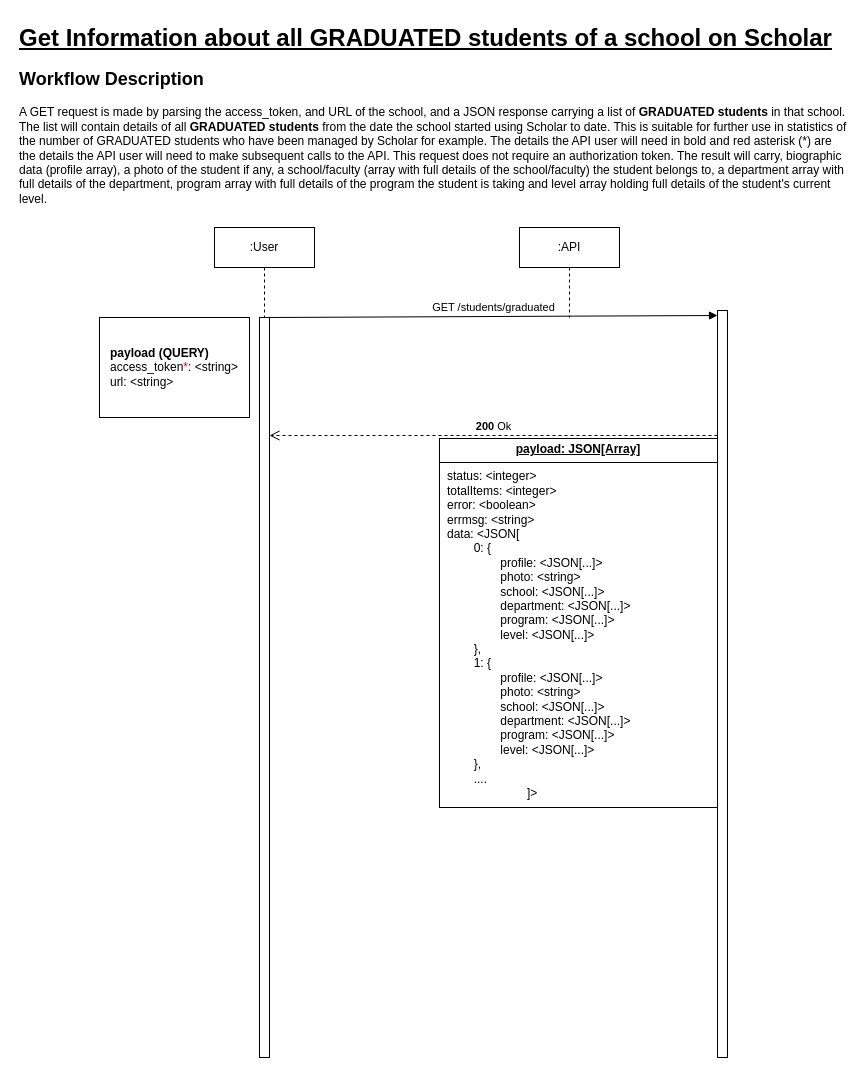
olougepa/scholar-api keeps this draw.io diagram as page "All Graduated Students Workflow" (7 of 11) of scholar-api-flows1.drawio. Above is the earlier version. Source tidied: cells renumbered, new cells numbered last; positions are measured from the earlier drawing's top-left corner, leaving out a move shared by most shapes. Both pictures are drawn from the tidied source at 100%, with x=0, y=0 at pixel (17, 17).
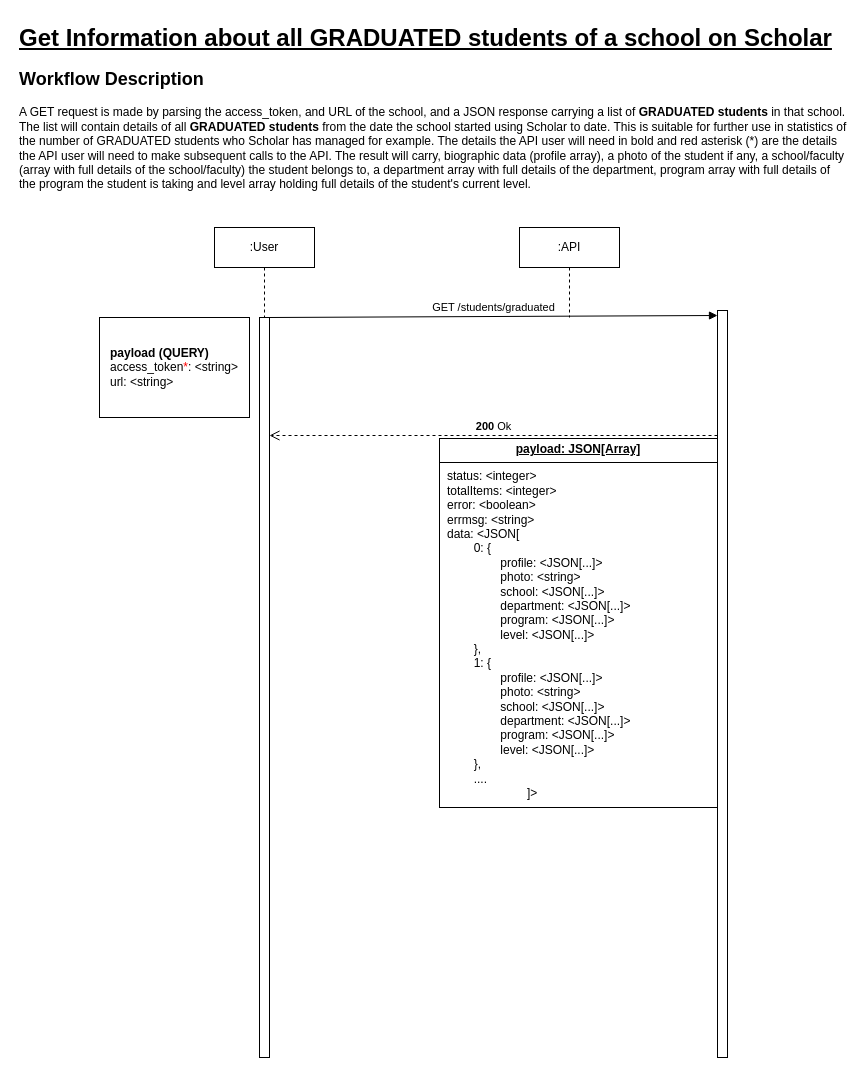
Above is the later version.

Change to the diagram source:
```diff
@@
 <mxGraphModel>
   <root>
     <mxCell id="0" />
     <mxCell id="1" parent="0" />
     <mxCell id="2" style="html=1;points=[[0,0,0,0,5],[0,1,0,0,-5],[1,0,0,0,5],[1,1,0,0,-5]];perimeter=orthogonalPerimeter;outlineConnect=0;targetShapes=umlLifeline;portConstraint=eastwest;newEdgeStyle={&quot;curved&quot;:0,&quot;rounded&quot;:0};" parent="1" vertex="1">
       <mxGeometry x="700" y="293" width="10" height="747" as="geometry" />
     </mxCell>
     <mxCell id="3" value="GET /students/graduated" style="html=1;verticalAlign=bottom;endArrow=block;curved=0;rounded=0;entryX=0;entryY=0;entryDx=0;entryDy=5;" parent="1" edge="1" source="5" target="2">
       <mxGeometry relative="1" as="geometry" />
     </mxCell>
     <mxCell id="4" value="&lt;b&gt;200&lt;/b&gt; Ok" style="html=1;verticalAlign=bottom;endArrow=open;dashed=1;endSize=8;curved=0;rounded=0;" parent="1" edge="1" source="2">
       <mxGeometry relative="1" as="geometry">
         <mxPoint x="252" y="418" as="targetPoint" />
       </mxGeometry>
     </mxCell>
     <mxCell id="5" style="html=1;points=[[0,0,0,0,5],[0,1,0,0,-5],[1,0,0,0,5],[1,1,0,0,-5]];perimeter=orthogonalPerimeter;outlineConnect=0;targetShapes=umlLifeline;portConstraint=eastwest;newEdgeStyle={&quot;curved&quot;:0,&quot;rounded&quot;:0};" parent="1" vertex="1">
       <mxGeometry x="242" y="300" width="10" height="740" as="geometry" />
     </mxCell>
     <mxCell id="6" value="&lt;p style=&quot;margin:0px;margin-top:4px;text-align:center;text-decoration:underline;&quot;&gt;&lt;b&gt;payload: JSON[Array]&lt;/b&gt;&lt;/p&gt;&lt;hr size=&quot;1&quot; style=&quot;border-style:solid;&quot;&gt;&lt;p style=&quot;margin:0px;margin-left:8px;&quot;&gt;status: &amp;lt;integer&amp;gt;&lt;/p&gt;&lt;p style=&quot;margin:0px;margin-left:8px;&quot;&gt;totalItems: &amp;lt;integer&amp;gt;&lt;/p&gt;&lt;p style=&quot;margin:0px;margin-left:8px;&quot;&gt;error: &amp;lt;boolean&amp;gt;&lt;/p&gt;&lt;p style=&quot;margin:0px;margin-left:8px;&quot;&gt;errmsg: &amp;lt;string&amp;gt;&lt;/p&gt;&lt;p style=&quot;margin:0px;margin-left:8px;&quot;&gt;data: &amp;lt;JSON[&lt;/p&gt;&lt;p style=&quot;margin:0px;margin-left:8px;&quot;&gt;&lt;span style=&quot;white-space: pre;&quot;&gt;&#9;&lt;/span&gt;0: {&lt;br&gt;&lt;/p&gt;&lt;p style=&quot;margin:0px;margin-left:8px;&quot;&gt;&lt;span style=&quot;white-space: pre;&quot;&gt;&#9;&lt;/span&gt;&lt;span style=&quot;white-space: pre;&quot;&gt;&#9;&lt;/span&gt;profile: &amp;lt;JSON[...]&amp;gt;&lt;br&gt;&lt;/p&gt;&lt;p style=&quot;margin:0px;margin-left:8px;&quot;&gt;&lt;span style=&quot;white-space: pre;&quot;&gt;&#9;&lt;/span&gt;&lt;span style=&quot;white-space: pre;&quot;&gt;&#9;&lt;/span&gt;photo: &amp;lt;string&amp;gt;&lt;br&gt;&lt;/p&gt;&lt;p style=&quot;margin:0px;margin-left:8px;&quot;&gt;&lt;span style=&quot;white-space: pre;&quot;&gt;&#9;&lt;/span&gt;&lt;span style=&quot;white-space: pre;&quot;&gt;&#9;&lt;/span&gt;school: &amp;lt;JSON[...]&amp;gt;&lt;br&gt;&lt;/p&gt;&lt;p style=&quot;margin:0px;margin-left:8px;&quot;&gt;&lt;span style=&quot;white-space: pre;&quot;&gt;&#9;&lt;/span&gt;&lt;span style=&quot;white-space: pre;&quot;&gt;&#9;&lt;/span&gt;department: &amp;lt;JSON[...]&amp;gt;&lt;br&gt;&lt;/p&gt;&lt;p style=&quot;margin:0px;margin-left:8px;&quot;&gt;&lt;span style=&quot;white-space: pre;&quot;&gt;&#9;&lt;/span&gt;&lt;span style=&quot;white-space: pre;&quot;&gt;&#9;&lt;/span&gt;program: &amp;lt;JSON[...]&amp;gt;&lt;br&gt;&lt;/p&gt;&lt;p style=&quot;margin:0px;margin-left:8px;&quot;&gt;&lt;span style=&quot;white-space: pre;&quot;&gt;&#9;&lt;/span&gt;&lt;span style=&quot;white-space: pre;&quot;&gt;&#9;&lt;/span&gt;level: &amp;lt;JSON[...]&amp;gt;&lt;br&gt;&lt;/p&gt;&lt;p style=&quot;margin:0px;margin-left:8px;&quot;&gt;&lt;span style=&quot;white-space: pre;&quot;&gt;&#9;&lt;/span&gt;},&lt;br&gt;&lt;/p&gt;&lt;p style=&quot;margin:0px;margin-left:8px;&quot;&gt;&lt;span style=&quot;white-space: pre;&quot;&gt;&lt;span style=&quot;white-space: pre;&quot;&gt;&#9;&lt;/span&gt;1: &lt;/span&gt;&lt;span style=&quot;background-color: initial;&quot;&gt;{&lt;/span&gt;&lt;/p&gt;&lt;p style=&quot;margin: 0px 0px 0px 8px;&quot;&gt;&lt;span style=&quot;white-space: pre;&quot;&gt;&#9;&lt;/span&gt;&lt;span style=&quot;white-space: pre;&quot;&gt;&#9;&lt;/span&gt;profile: &amp;lt;JSON[...]&amp;gt;&lt;br&gt;&lt;/p&gt;&lt;p style=&quot;margin: 0px 0px 0px 8px;&quot;&gt;&lt;span style=&quot;white-space: pre;&quot;&gt;&#9;&lt;/span&gt;&lt;span style=&quot;white-space: pre;&quot;&gt;&#9;&lt;/span&gt;photo: &amp;lt;string&amp;gt;&lt;br&gt;&lt;/p&gt;&lt;p style=&quot;margin: 0px 0px 0px 8px;&quot;&gt;&lt;span style=&quot;white-space: pre;&quot;&gt;&#9;&lt;/span&gt;&lt;span style=&quot;white-space: pre;&quot;&gt;&#9;&lt;/span&gt;school: &amp;lt;JSON[...]&amp;gt;&lt;br&gt;&lt;/p&gt;&lt;p style=&quot;margin: 0px 0px 0px 8px;&quot;&gt;&lt;span style=&quot;white-space: pre;&quot;&gt;&#9;&lt;/span&gt;&lt;span style=&quot;white-space: pre;&quot;&gt;&#9;&lt;/span&gt;department: &amp;lt;JSON[...]&amp;gt;&lt;br&gt;&lt;/p&gt;&lt;p style=&quot;margin: 0px 0px 0px 8px;&quot;&gt;&lt;span style=&quot;white-space: pre;&quot;&gt;&#9;&lt;/span&gt;&lt;span style=&quot;white-space: pre;&quot;&gt;&#9;&lt;/span&gt;program: &amp;lt;JSON[...]&amp;gt;&lt;br&gt;&lt;/p&gt;&lt;p style=&quot;margin: 0px 0px 0px 8px;&quot;&gt;&lt;span style=&quot;white-space: pre;&quot;&gt;&#9;&lt;/span&gt;&lt;span style=&quot;white-space: pre;&quot;&gt;&#9;&lt;/span&gt;level: &amp;lt;JSON[...]&amp;gt;&lt;br&gt;&lt;/p&gt;&lt;p style=&quot;margin:0px;margin-left:8px;&quot;&gt;&lt;span style=&quot;background-color: initial; white-space: pre;&quot;&gt;&#9;&lt;/span&gt;&lt;span style=&quot;background-color: initial;&quot;&gt;},&lt;/span&gt;&lt;/p&gt;&lt;p style=&quot;margin:0px;margin-left:8px;&quot;&gt;&lt;span style=&quot;white-space: pre;&quot;&gt;&lt;span style=&quot;white-space: pre;&quot;&gt;&#9;&lt;/span&gt;....&#9;&lt;/span&gt;&lt;br&gt;&lt;/p&gt;&lt;blockquote style=&quot;margin: 0 0 0 40px; border: none; padding: 0px;&quot;&gt;&lt;blockquote style=&quot;margin: 0 0 0 40px; border: none; padding: 0px;&quot;&gt;&lt;p style=&quot;margin: 0px 0px 0px 8px;&quot;&gt;&lt;span style=&quot;background-color: initial;&quot;&gt;]&amp;gt;&lt;/span&gt;&lt;/p&gt;&lt;/blockquote&gt;&lt;/blockquote&gt;" style="verticalAlign=top;align=left;overflow=fill;html=1;whiteSpace=wrap;" parent="1" vertex="1">
       <mxGeometry x="422" y="421" width="278" height="369" as="geometry" />
     </mxCell>
     <mxCell id="7" value=":User" style="shape=umlLifeline;perimeter=lifelinePerimeter;whiteSpace=wrap;html=1;newEdgeStyle={&quot;curved&quot;:0,&quot;rounded&quot;:0};" parent="1" vertex="1">
       <mxGeometry x="197" y="210" width="100" height="90" as="geometry" />
     </mxCell>
     <mxCell id="8" value=":API" style="shape=umlLifeline;perimeter=lifelinePerimeter;whiteSpace=wrap;html=1;newEdgeStyle={&quot;curved&quot;:0,&quot;rounded&quot;:0};" parent="1" vertex="1">
       <mxGeometry x="502" y="210" width="100" height="90" as="geometry" />
     </mxCell>
     <mxCell id="9" value="&lt;div style=&quot;text-align: left;&quot;&gt;&lt;b style=&quot;background-color: initial;&quot;&gt;payload (QUERY)&lt;/b&gt;&lt;/div&gt;&lt;div style=&quot;text-align: left;&quot;&gt;access_token&lt;font color=&quot;#ff0000&quot;&gt;*&lt;/font&gt;: &amp;lt;string&amp;gt;&lt;/div&gt;&lt;div style=&quot;text-align: left;&quot;&gt;url: &amp;lt;string&amp;gt;&lt;/div&gt;" style="html=1;whiteSpace=wrap;" parent="1" vertex="1">
       <mxGeometry x="82" y="300" width="150" height="100" as="geometry" />
     </mxCell>
-    <mxCell id="10" value="&lt;h1 style=&quot;margin-top: 0px;&quot;&gt;&lt;u&gt;Get Information about all GRADUATED students of a school on Scholar&lt;/u&gt;&lt;/h1&gt;&lt;h2 style=&quot;margin-top: 0px;&quot;&gt;Workflow Description&lt;/h2&gt;&lt;p&gt;A GET request is made by parsing the access_token, and URL of the school, and a JSON response carrying a list of &lt;b&gt;GRADUATED&lt;/b&gt;&amp;nbsp;&lt;b&gt;students&lt;/b&gt; in that school. The list will contain details of all &lt;b&gt;GRADUATED&amp;nbsp;students&lt;/b&gt; from the date the school started using Scholar to date. This is suitable for further use in statistics of the number of GRADUATED students who have been managed by Scholar for example. The details the API user will need in bold and red asterisk (*) are the details the API user will need to make subsequent calls to the API. This request does not require an authorization token. The result will carry, biographic data (profile array), a photo of the student if any, a school/faculty (array with full details of the school/faculty) the student belongs to, a department array with full details of the department, program array with full details of the program the student is taking and level array holding full details of the student's current level.&lt;/p&gt;" style="text;html=1;whiteSpace=wrap;overflow=hidden;rounded=0;" parent="1" vertex="1">
+    <mxCell id="10" value="&lt;h1 style=&quot;margin-top: 0px;&quot;&gt;&lt;u&gt;Get Information about all GRADUATED students of a school on Scholar&lt;/u&gt;&lt;/h1&gt;&lt;h2 style=&quot;margin-top: 0px;&quot;&gt;Workflow Description&lt;/h2&gt;&lt;p&gt;A GET request is made by parsing the access_token, and URL of the school, and a JSON response carrying a list of &lt;b&gt;GRADUATED&lt;/b&gt;&amp;nbsp;&lt;b&gt;students&lt;/b&gt; in that school. The list will contain details of all &lt;b&gt;GRADUATED&amp;nbsp;students&lt;/b&gt; from the date the school started using Scholar to date. This is suitable for further use in statistics of the number of GRADUATED students who Scholar has managed for example. The details the API user will need in bold and red asterisk (*) are the details the API user will need to make subsequent calls to the API. The result will carry, biographic data (profile array), a photo of the student if any, a school/faculty (array with full details of the school/faculty) the student belongs to, a department array with full details of the department, program array with full details of the program the student is taking and level array holding full details of the student's current level.&lt;/p&gt;" style="text;html=1;whiteSpace=wrap;overflow=hidden;rounded=0;" parent="1" vertex="1">
       <mxGeometry width="830" height="200" as="geometry" />
     </mxCell>
   </root>
 </mxGraphModel>
```
